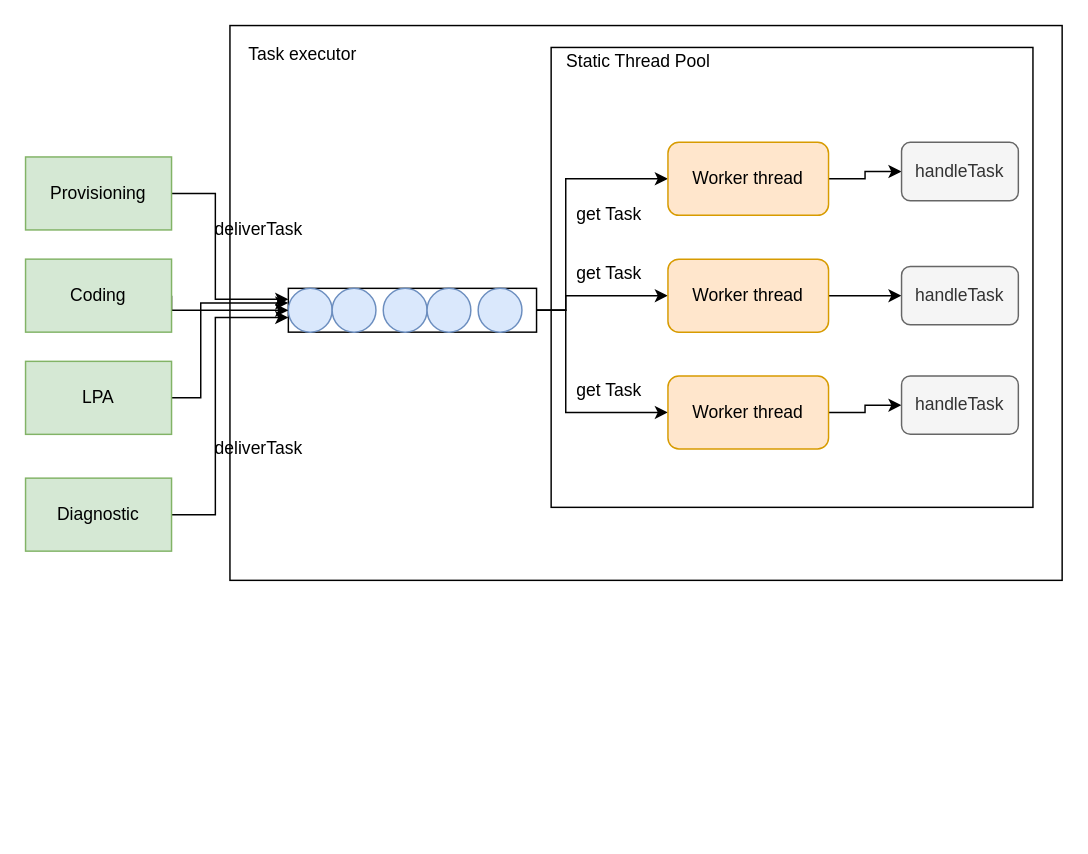
The draw.io diagram page "staticpool" (1 of 14) of doc/SA cert/Design/performance.drawio in taikt/codefun, before the edit. Source tidied: cells renumbered, new cells numbered last; positions are measured from the earlier drawing's top-left corner, leaving out a move shared by most shapes. Both pictures are drawn from the tidied source at 146%, with x=0, y=0 at pixel (25, 25).
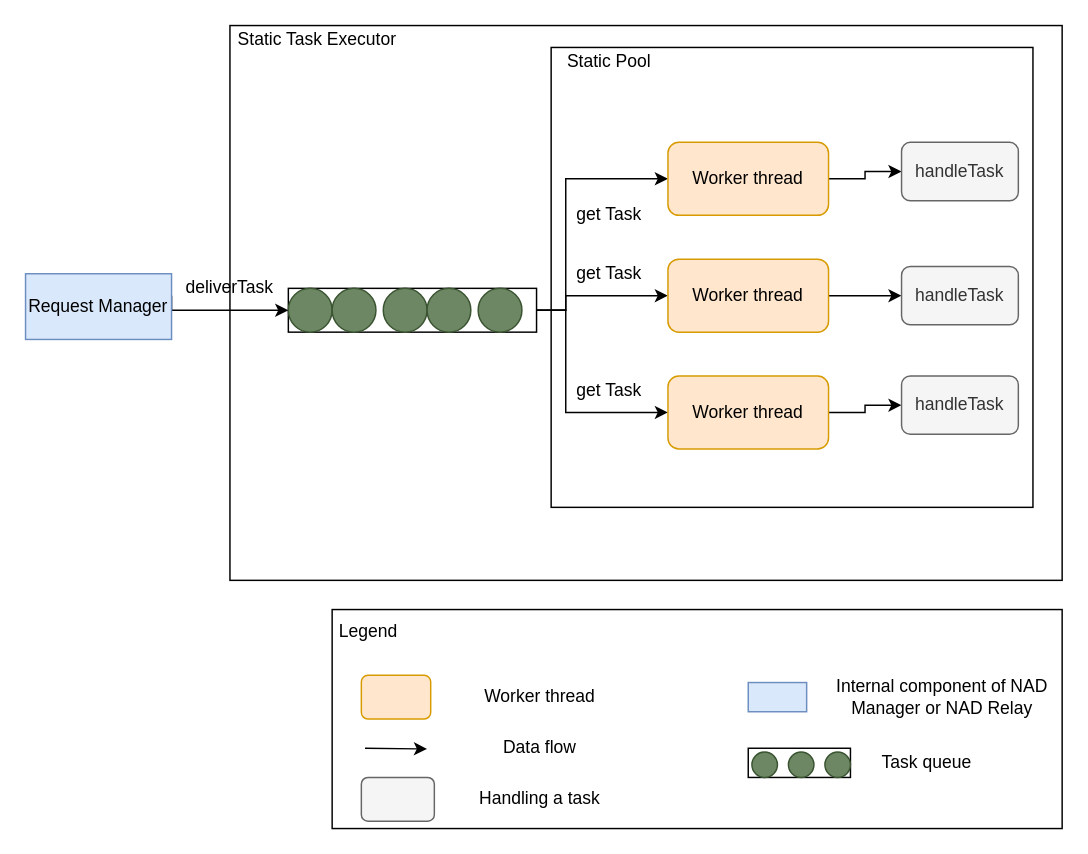
Above is the later version.

The change refers to these unchanged cells:
```xml
<mxCell id="6" style="rounded=0;whiteSpace=wrap;html=1;" parent="1" vertex="1">
  <mxGeometry x="180" y="180" width="170" height="30" as="geometry" />
</mxCell>
```

Change to the diagram source:
```diff
@@
-    <mxCell id="7" style="ellipse;whiteSpace=wrap;html=1;fillColor=#dae8fc;strokeColor=#6c8ebf;" parent="1" vertex="1">
+    <mxCell id="7" style="ellipse;whiteSpace=wrap;html=1;fillColor=#6d8764;strokeColor=#3A5431;fontColor=#ffffff;" parent="1" vertex="1">
       <mxGeometry x="180" y="180" width="30" height="30" as="geometry" />
     </mxCell>
-    <mxCell id="8" style="ellipse;whiteSpace=wrap;html=1;fillColor=#dae8fc;strokeColor=#6c8ebf;" parent="1" vertex="1">
+    <mxCell id="8" style="ellipse;whiteSpace=wrap;html=1;fillColor=#6d8764;strokeColor=#3A5431;fontColor=#ffffff;" parent="1" vertex="1">
       <mxGeometry x="210" y="180" width="30" height="30" as="geometry" />
     </mxCell>
-    <mxCell id="9" style="ellipse;whiteSpace=wrap;html=1;fillColor=#dae8fc;strokeColor=#6c8ebf;" parent="1" vertex="1">
+    <mxCell id="9" style="ellipse;whiteSpace=wrap;html=1;fillColor=#6d8764;strokeColor=#3A5431;fontColor=#ffffff;" parent="1" vertex="1">
       <mxGeometry x="245" y="180" width="30" height="30" as="geometry" />
     </mxCell>
-    <mxCell id="10" style="ellipse;whiteSpace=wrap;html=1;fillColor=#dae8fc;strokeColor=#6c8ebf;" parent="1" vertex="1">
+    <mxCell id="10" style="ellipse;whiteSpace=wrap;html=1;fillColor=#6d8764;strokeColor=#3A5431;fontColor=#ffffff;" parent="1" vertex="1">
       <mxGeometry x="275" y="180" width="30" height="30" as="geometry" />
     </mxCell>
-    <mxCell id="11" style="ellipse;whiteSpace=wrap;html=1;fillColor=#dae8fc;strokeColor=#6c8ebf;" parent="1" vertex="1">
+    <mxCell id="11" style="ellipse;whiteSpace=wrap;html=1;fillColor=#6d8764;strokeColor=#3A5431;fontColor=#ffffff;" parent="1" vertex="1">
       <mxGeometry x="310" y="180" width="30" height="30" as="geometry" />
     </mxCell>
-    <mxCell id="12" style="edgeStyle=orthogonalEdgeStyle;rounded=0;jettySize=auto;html=1;exitX=1;exitY=0.5;exitDx=0;exitDy=0;entryX=0;entryY=0.25;entryDx=0;entryDy=0;" parent="1" edge="1" source="13" target="6">
-      <mxGeometry relative="1" as="geometry">
-        <Array as="points">
-          <mxPoint x="130" y="115" />
-          <mxPoint x="130" y="188" />
-        </Array>
-      </mxGeometry>
-    </mxCell>
-    <mxCell id="13" value="Provisioning" style="rounded=0;whiteSpace=wrap;html=1;fillColor=#d5e8d4;strokeColor=#82b366;" parent="1" vertex="1">
-      <mxGeometry y="90" width="100" height="50" as="geometry" />
-    </mxCell>
-    <mxCell id="14" style="edgeStyle=orthogonalEdgeStyle;rounded=0;jettySize=auto;html=1;exitX=1;exitY=0.5;exitDx=0;exitDy=0;entryX=0;entryY=0.5;entryDx=0;entryDy=0;" parent="1" edge="1" source="15" target="6">
+    <mxCell id="14" style="edgeStyle=orthogonalEdgeStyle;rounded=0;jettySize=auto;html=1;exitX=1;exitY=0.5;exitDx=0;exitDy=0;entryX=0;entryY=0.5;entryDx=0;entryDy=0;" parent="1" edge="1" target="6">
       <mxGeometry relative="1" as="geometry">
+        <mxPoint x="100" y="185" as="sourcePoint" />
         <Array as="points">
           <mxPoint x="100" y="195" />
         </Array>
       </mxGeometry>
     </mxCell>
-    <mxCell id="15" value="Coding" style="rounded=0;whiteSpace=wrap;html=1;fillColor=#d5e8d4;strokeColor=#82b366;" parent="1" vertex="1">
-      <mxGeometry y="160" width="100" height="50" as="geometry" />
-    </mxCell>
-    <mxCell id="16" style="edgeStyle=orthogonalEdgeStyle;rounded=0;jettySize=auto;html=1;exitX=1;exitY=0.5;exitDx=0;exitDy=0;" parent="1" edge="1" source="17">
-      <mxGeometry relative="1" as="geometry">
-        <mxPoint x="180" y="190" as="targetPoint" />
-        <Array as="points">
-          <mxPoint x="120" y="255" />
-          <mxPoint x="120" y="190" />
-        </Array>
-      </mxGeometry>
-    </mxCell>
-    <mxCell id="17" value="LPA" style="rounded=0;whiteSpace=wrap;html=1;fillColor=#d5e8d4;strokeColor=#82b366;" parent="1" vertex="1">
-      <mxGeometry y="230" width="100" height="50" as="geometry" />
-    </mxCell>
-    <mxCell id="18" style="edgeStyle=orthogonalEdgeStyle;rounded=0;jettySize=auto;html=1;exitX=1;exitY=0.5;exitDx=0;exitDy=0;" parent="1" edge="1" source="19">
-      <mxGeometry relative="1" as="geometry">
-        <mxPoint x="180" y="200" as="targetPoint" />
-        <Array as="points">
-          <mxPoint x="130" y="335" />
-          <mxPoint x="130" y="200" />
-        </Array>
-      </mxGeometry>
-    </mxCell>
-    <mxCell id="19" value="Diagnostic" style="rounded=0;whiteSpace=wrap;html=1;fillColor=#d5e8d4;strokeColor=#82b366;" parent="1" vertex="1">
-      <mxGeometry y="310" width="100" height="50" as="geometry" />
-    </mxCell>
@@
     <mxCell id="27" value="deliverTask" style="text;html=1;strokeColor=none;fillColor=none;align=center;verticalAlign=middle;whiteSpace=wrap;rounded=0;" parent="1" vertex="1">
-      <mxGeometry x="140" y="130" width="40" height="20" as="geometry" />
+      <mxGeometry x="120" y="170" width="40" height="20" as="geometry" />
     </mxCell>
-    <mxCell id="28" value="deliverTask" style="text;html=1;strokeColor=none;fillColor=none;align=center;verticalAlign=middle;whiteSpace=wrap;rounded=0;" parent="1" vertex="1">
-      <mxGeometry x="140" y="280" width="40" height="20" as="geometry" />
-    </mxCell>
@@
-    <mxCell id="35" value="Static Thread Pool" style="text;html=1;strokeColor=none;fillColor=none;align=center;verticalAlign=middle;whiteSpace=wrap;rounded=0;" parent="1" vertex="1">
-      <mxGeometry x="360" y="15" width="120" height="20" as="geometry" />
+    <mxCell id="35" value="Static Pool" style="text;html=1;strokeColor=none;fillColor=none;align=center;verticalAlign=middle;whiteSpace=wrap;rounded=0;" parent="1" vertex="1">
+      <mxGeometry x="340" y="15" width="120" height="20" as="geometry" />
     </mxCell>
-    <mxCell id="36" value="Task executor" style="text;html=1;strokeColor=none;fillColor=none;align=center;verticalAlign=middle;whiteSpace=wrap;rounded=0;" parent="1" vertex="1">
-      <mxGeometry x="150" y="10" width="80" height="20" as="geometry" />
+    <mxCell id="36" value="Static Task Executor" style="text;html=1;strokeColor=none;fillColor=none;align=center;verticalAlign=middle;whiteSpace=wrap;rounded=0;" parent="1" vertex="1">
+      <mxGeometry x="140" width="120" height="20" as="geometry" />
     </mxCell>
+    <mxCell id="37" style="rounded=0;whiteSpace=wrap;html=1;" parent="1" vertex="1">
+      <mxGeometry x="210" y="400" width="500" height="150" as="geometry" />
+    </mxCell>
+    <mxCell id="38" value="Legend" style="text;html=1;strokeColor=none;fillColor=none;align=center;verticalAlign=middle;whiteSpace=wrap;rounded=0;" parent="1" vertex="1">
+      <mxGeometry x="200" y="405" width="70" height="20" as="geometry" />
+    </mxCell>
+    <mxCell id="39" style="rounded=0;whiteSpace=wrap;html=1;fillColor=#dae8fc;strokeColor=#6c8ebf;" parent="1" vertex="1">
+      <mxGeometry x="495" y="450" width="40" height="20" as="geometry" />
+    </mxCell>
+    <mxCell id="40" style="rounded=0;whiteSpace=wrap;html=1;" parent="1" vertex="1">
+      <mxGeometry x="495" y="495" width="70" height="20" as="geometry" />
+    </mxCell>
+    <mxCell id="41" style="ellipse;whiteSpace=wrap;html=1;fillColor=#6d8764;strokeColor=#3A5431;fontColor=#ffffff;" parent="1" vertex="1">
+      <mxGeometry x="497.5" y="497.5" width="17.5" height="17.5" as="geometry" />
+    </mxCell>
+    <mxCell id="42" style="ellipse;whiteSpace=wrap;html=1;fillColor=#6d8764;strokeColor=#3A5431;fontColor=#ffffff;" parent="1" vertex="1">
+      <mxGeometry x="522.5" y="497.5" width="17.5" height="17.5" as="geometry" />
+    </mxCell>
+    <mxCell id="43" style="ellipse;whiteSpace=wrap;html=1;fillColor=#6d8764;strokeColor=#3A5431;fontColor=#ffffff;" parent="1" vertex="1">
+      <mxGeometry x="547.5" y="497.5" width="17.5" height="17.5" as="geometry" />
+    </mxCell>
+    <mxCell id="44" style="rounded=1;whiteSpace=wrap;html=1;fillColor=#ffe6cc;strokeColor=#d79b00;" parent="1" vertex="1">
+      <mxGeometry x="230" y="445" width="47.5" height="30" as="geometry" />
+    </mxCell>
+    <mxCell id="45" style="endArrow=classic;html=1;rounded=0;" parent="1" edge="1">
+      <mxGeometry relative="1" as="geometry">
+        <mxPoint x="232.5" y="495" as="sourcePoint" />
+        <mxPoint x="275" y="495.5" as="targetPoint" />
+      </mxGeometry>
+    </mxCell>
+    <mxCell id="46" value="Internal component of NAD Manager or NAD Relay" style="text;html=1;strokeColor=none;fillColor=none;align=center;verticalAlign=middle;whiteSpace=wrap;rounded=0;" parent="1" vertex="1">
+      <mxGeometry x="552.5" y="445" width="150" height="30" as="geometry" />
+    </mxCell>
+    <mxCell id="47" value="Task queue" style="text;html=1;strokeColor=none;fillColor=none;align=center;verticalAlign=middle;whiteSpace=wrap;rounded=0;" parent="1" vertex="1">
+      <mxGeometry x="565" y="490" width="105" height="30" as="geometry" />
+    </mxCell>
+    <mxCell id="48" value="Worker thread" style="text;html=1;strokeColor=none;fillColor=none;align=center;verticalAlign=middle;whiteSpace=wrap;rounded=0;" parent="1" vertex="1">
+      <mxGeometry x="300" y="445" width="105" height="30" as="geometry" />
+    </mxCell>
+    <mxCell id="49" value="Data flow" style="text;html=1;strokeColor=none;fillColor=none;align=center;verticalAlign=middle;whiteSpace=wrap;rounded=0;" parent="1" vertex="1">
+      <mxGeometry x="300" y="480" width="105" height="30" as="geometry" />
+    </mxCell>
+    <mxCell id="50" style="rounded=1;whiteSpace=wrap;html=1;fillColor=#f5f5f5;strokeColor=#666666;fontColor=#333333;" parent="1" vertex="1">
+      <mxGeometry x="230" y="515" width="50" height="30" as="geometry" />
+    </mxCell>
+    <mxCell id="51" value="Handling a task" style="text;html=1;strokeColor=none;fillColor=none;align=center;verticalAlign=middle;whiteSpace=wrap;rounded=0;" parent="1" vertex="1">
+      <mxGeometry x="270" y="515" width="165" height="30" as="geometry" />
+    </mxCell>
+    <mxCell id="52" value="Request Manager" style="rounded=0;whiteSpace=wrap;html=1;fillColor=#dae8fc;strokeColor=#6c8ebf;" parent="1" vertex="1">
+      <mxGeometry y="170" width="100" height="45" as="geometry" />
+    </mxCell>
```
